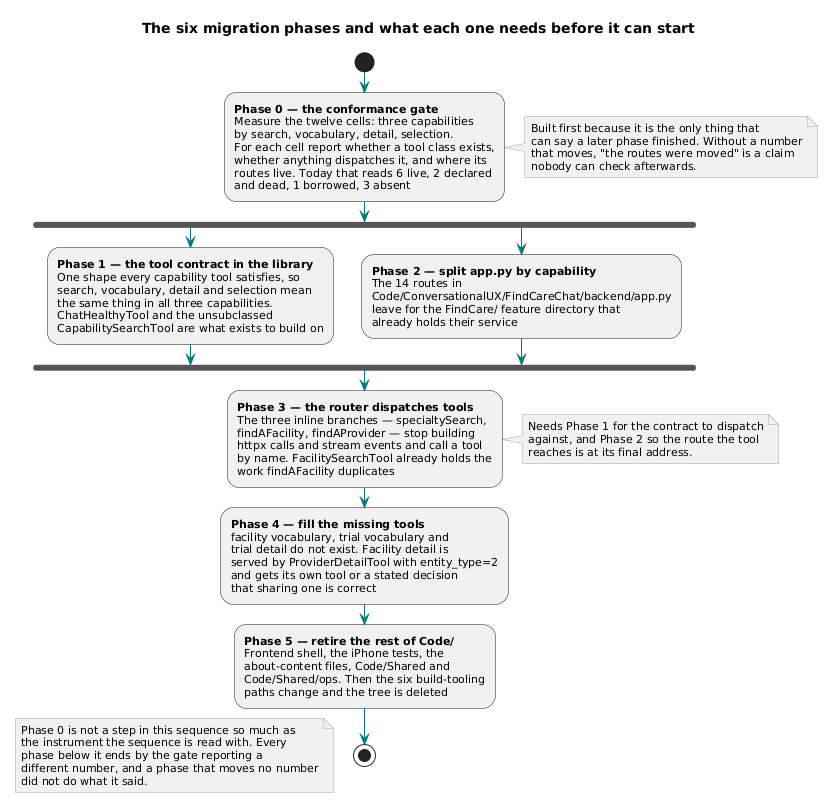
The PlantUML diagram brain/machine_artifacts/diagramsAndImages/rendered/mig_phases.png in SkipSnow/ChatHealthyRepo, before a commit. The source it was exported from:
```plantuml
@startuml
skinparam shadowing false
skinparam defaultFontName Segoe UI
skinparam defaultFontSize 11
skinparam ArrowColor #0b7a75
skinparam ComponentBorderColor #0b7a75
skinparam DatabaseBorderColor #6b7280
skinparam NoteBackgroundColor #f3f4f6
skinparam NoteBorderColor #9ca3af

title The six migration phases and what each one needs before it can start

start

:**Phase 0 — the conformance gate**
Measure the twelve cells: three capabilities
by search, vocabulary, detail, selection.
For each cell report whether a tool class exists,
whether anything dispatches it, and where its
routes live. Today that reads 6 live, 2 declared
and dead, 1 borrowed, 3 absent;
note right
  Built first because it is the only thing that
  can say a later phase finished. Without a number
  that moves, "the routes were moved" is a claim
  nobody can check afterwards.
end note

fork
  :**Phase 1 — the tool contract in the library**
  One shape every capability tool satisfies, so
  search, vocabulary, detail and selection mean
  the same thing in all three capabilities.
  ChatHealthyTool and the unsubclassed
  CapabilitySearchTool are what exists to build on;
fork again
  :**Phase 2 — split app.py by capability**
  The 14 routes in
  Code/ConversationalUX/FindCareChat/backend/app.py
  leave for the FindCare/ feature directory that
  already holds their service;
end fork

:**Phase 3 — the router dispatches tools**
The three inline branches — specialtySearch,
findAFacility, findAProvider — stop building
httpx calls and stream events and call a tool
by name. FacilitySearchTool already holds the
work findAFacility duplicates;
note right
  Needs Phase 1 for the contract to dispatch
  against, and Phase 2 so the route the tool
  reaches is at its final address.
end note

:**Phase 4 — fill the missing tools**
facility vocabulary, trial vocabulary and
trial detail do not exist. Facility detail is
served by ProviderDetailTool with entity_type=2
and gets its own tool or a stated decision
that sharing one is correct;

:**Phase 5 — retire the rest of Code/**
Frontend shell, the iPhone tests, the
about-content files, Code/Shared and
Code/Shared/ops. Then the six build-tooling
paths change and the tree is deleted;

stop

floating note left
  Phase 0 is not a step in this sequence so much as
  the instrument the sequence is read with. Every
  phase below it ends by the gate reporting a
  different number, and a phase that moves no number
  did not do what it said.
end note
@enduml
```
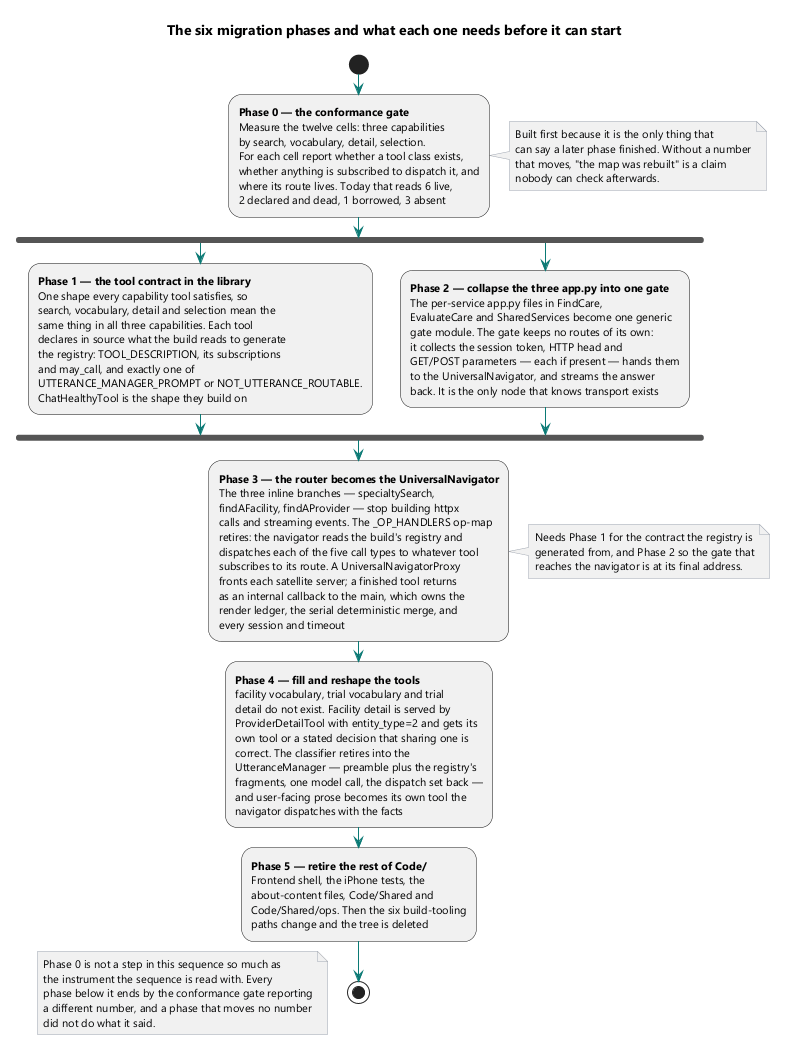
Later version of the same file.

The edit, as a diff of the source:
```diff
@@ -16,49 +16,64 @@
 Measure the twelve cells: three capabilities
 by search, vocabulary, detail, selection.
 For each cell report whether a tool class exists,
-whether anything dispatches it, and where its
-routes live. Today that reads 6 live, 2 declared
-and dead, 1 borrowed, 3 absent;
+whether anything is subscribed to dispatch it, and
+where its route lives. Today that reads 6 live,
+2 declared and dead, 1 borrowed, 3 absent;
 note right
   Built first because it is the only thing that
   can say a later phase finished. Without a number
-  that moves, "the routes were moved" is a claim
+  that moves, "the map was rebuilt" is a claim
   nobody can check afterwards.
 end note
 
 fork
   :**Phase 1 — the tool contract in the library**
   One shape every capability tool satisfies, so
-  search, vocabulary, detail and selection mean
-  the same thing in all three capabilities.
-  ChatHealthyTool and the unsubclassed
-  CapabilitySearchTool are what exists to build on;
+  search, vocabulary, detail and selection mean the
+  same thing in all three capabilities. Each tool
+  declares in source what the build reads to generate
+  the registry: TOOL_DESCRIPTION, its subscriptions
+  and may_call, and exactly one of
+  UTTERANCE_MANAGER_PROMPT or NOT_UTTERANCE_ROUTABLE.
+  ChatHealthyTool is the shape they build on;
 fork again
-  :**Phase 2 — split app.py by capability**
-  The 14 routes in
-  Code/ConversationalUX/FindCareChat/backend/app.py
-  leave for the FindCare/ feature directory that
-  already holds their service;
+  :**Phase 2 — collapse the three app.py into one gate**
+  The per-service app.py files in FindCare,
+  EvaluateCare and SharedServices become one generic
+  gate module. The gate keeps no routes of its own:
+  it collects the session token, HTTP head and
+  GET/POST parameters — each if present — hands them
+  to the UniversalNavigator, and streams the answer
+  back. It is the only node that knows transport exists;
 end fork
 
-:**Phase 3 — the router dispatches tools**
+:**Phase 3 — the router becomes the UniversalNavigator**
 The three inline branches — specialtySearch,
-findAFacility, findAProvider — stop building
-httpx calls and stream events and call a tool
-by name. FacilitySearchTool already holds the
-work findAFacility duplicates;
+findAFacility, findAProvider — stop building httpx
+calls and streaming events. The _OP_HANDLERS op-map
+retires: the navigator reads the build's registry and
+dispatches each of the five call types to whatever tool
+subscribes to its route. A UniversalNavigatorProxy
+fronts each satellite server; a finished tool returns
+as an internal callback to the main, which owns the
+render ledger, the serial deterministic merge, and
+every session and timeout;
 note right
-  Needs Phase 1 for the contract to dispatch
-  against, and Phase 2 so the route the tool
-  reaches is at its final address.
+  Needs Phase 1 for the contract the registry is
+  generated from, and Phase 2 so the gate that
+  reaches the navigator is at its final address.
 end note
 
-:**Phase 4 — fill the missing tools**
-facility vocabulary, trial vocabulary and
-trial detail do not exist. Facility detail is
-served by ProviderDetailTool with entity_type=2
-and gets its own tool or a stated decision
-that sharing one is correct;
+:**Phase 4 — fill and reshape the tools**
+facility vocabulary, trial vocabulary and trial
+detail do not exist. Facility detail is served by
+ProviderDetailTool with entity_type=2 and gets its
+own tool or a stated decision that sharing one is
+correct. The classifier retires into the
+UtteranceManager — preamble plus the registry's
+fragments, one model call, the dispatch set back —
+and user-facing prose becomes its own tool the
+navigator dispatches with the facts;
 
 :**Phase 5 — retire the rest of Code/**
 Frontend shell, the iPhone tests, the
@@ -71,8 +86,9 @@
 floating note left
   Phase 0 is not a step in this sequence so much as
   the instrument the sequence is read with. Every
-  phase below it ends by the gate reporting a
-  different number, and a phase that moves no number
+  phase below it ends by the conformance gate reporting
+  a different number, and a phase that moves no number
   did not do what it said.
 end note
+
 @enduml
```
